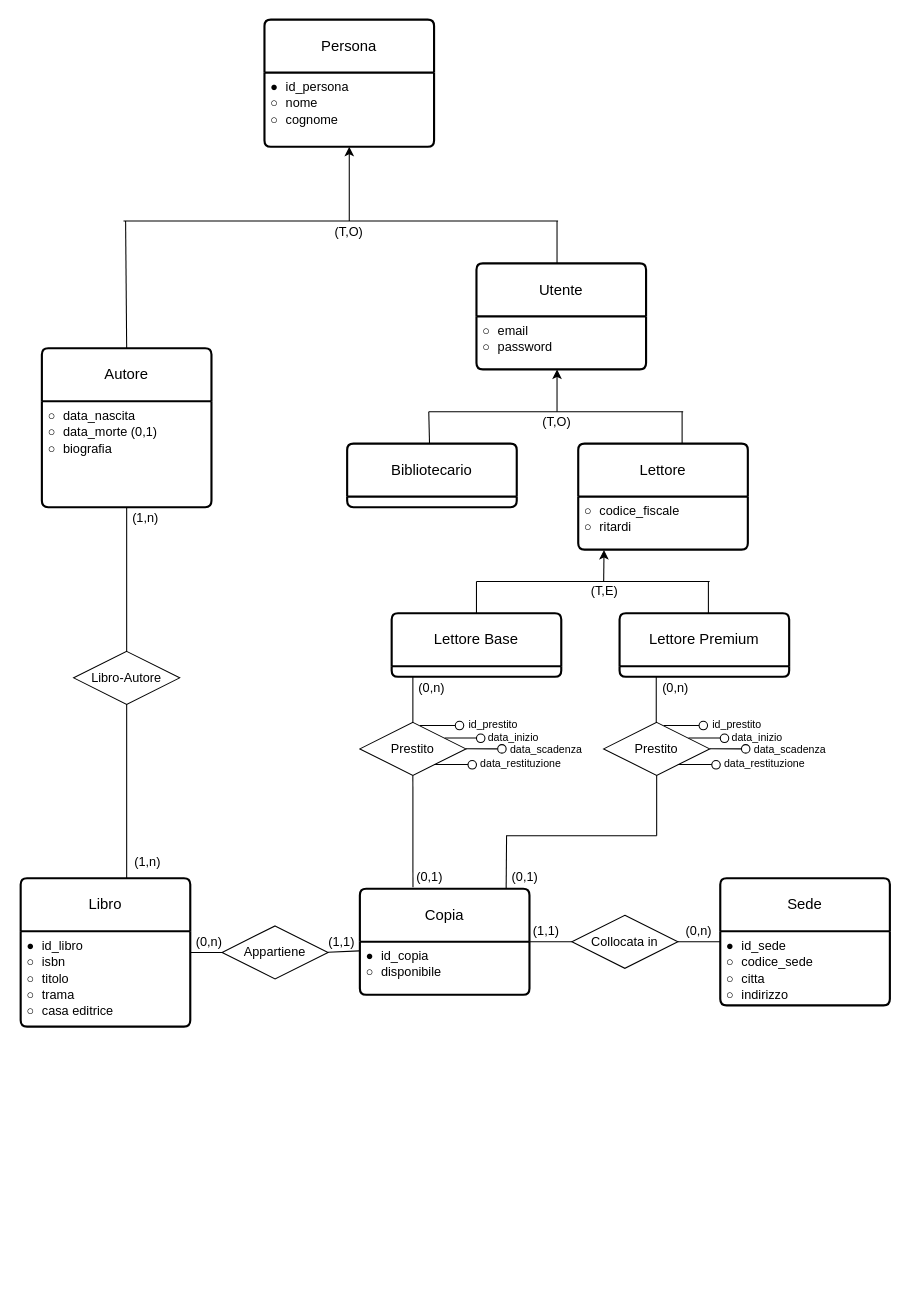
Above: Untitled Diagram.drawio in jaczao/library-management-system (draw.io), before the change. Source tidied: cells renumbered, new cells numbered last; positions are measured from the earlier drawing's top-left corner, leaving out a move shared by most shapes. Both pictures are drawn from the tidied source at 106%, with x=0, y=0 at pixel (20, 19).
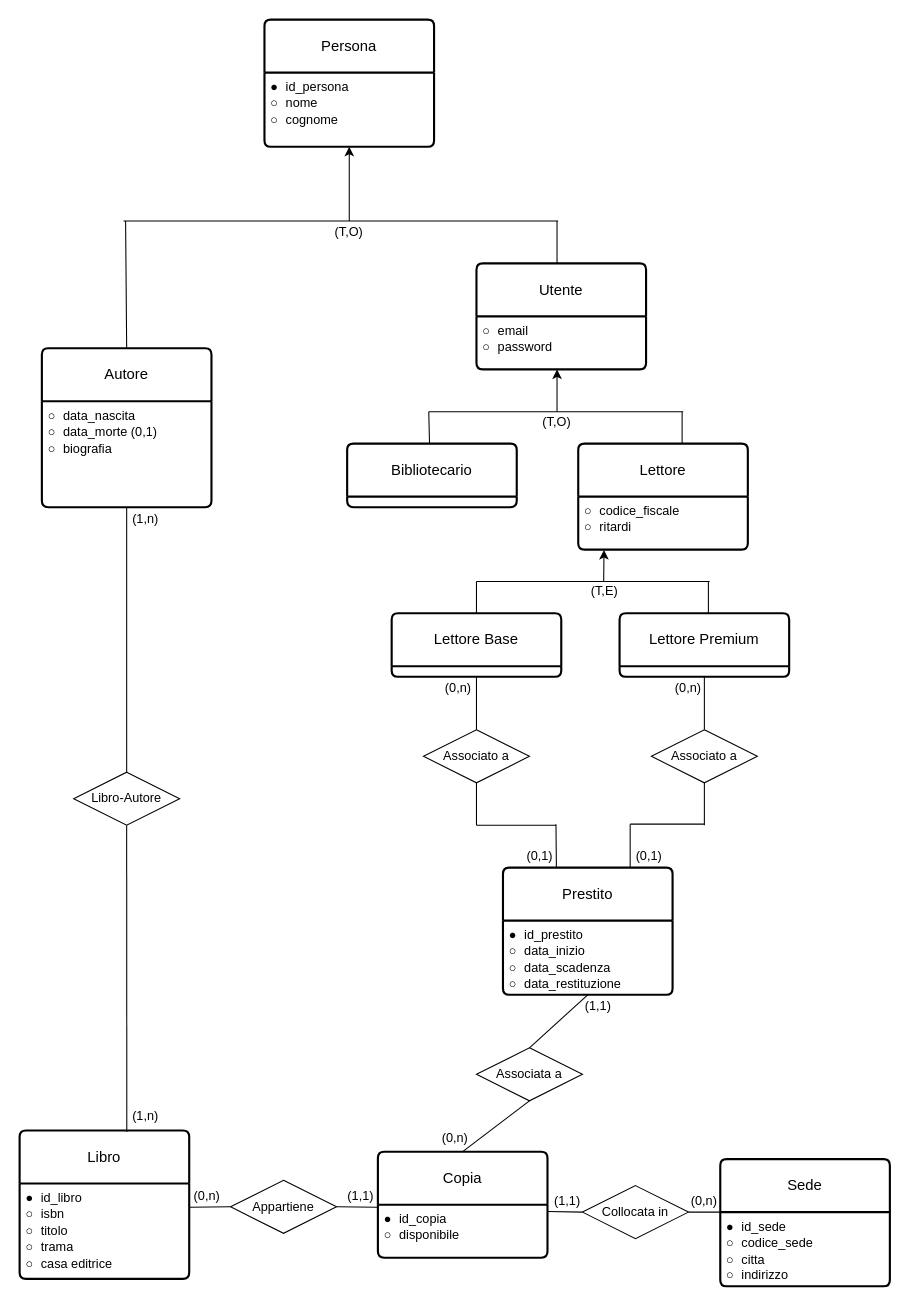
Above is the later version.

The change refers to these unchanged cells:
```xml
<mxCell id="3" value="&lt;code style=&quot;white-space: normal;&quot;&gt;●&amp;nbsp;&lt;/code&gt;id_libro&lt;br&gt;&lt;code style=&quot;white-space: normal;&quot;&gt;○&amp;nbsp;&lt;/code&gt;isbn&lt;br&gt;&lt;code style=&quot;white-space: normal;&quot;&gt;○&amp;nbsp;&lt;/code&gt;titolo&lt;br&gt;&lt;div&gt;&lt;code style=&quot;white-space: normal;&quot;&gt;○&amp;nbsp;&lt;/code&gt;trama&lt;br&gt;&lt;/div&gt;&lt;div&gt;&lt;code style=&quot;white-space: normal;&quot;&gt;○&amp;nbsp;&lt;/code&gt;casa editrice&lt;br&gt;&lt;/div&gt;" style="align=left;strokeColor=none;fillColor=none;spacingLeft=4;fontSize=12;verticalAlign=top;html=1;" parent="2" vertex="1">
  <mxGeometry y="50" width="160" height="90" as="geometry" />
</mxCell>
<mxCell id="17" value="&lt;code style=&quot;white-space: normal;&quot;&gt;●&amp;nbsp;&lt;/code&gt;id_copia&lt;br&gt;&lt;code style=&quot;white-space: normal;&quot;&gt;○&amp;nbsp;&lt;/code&gt;disponibile" style="align=left;strokeColor=none;fillColor=none;spacingLeft=4;fontSize=12;verticalAlign=top;html=1;" parent="16" vertex="1">
  <mxGeometry y="50" width="160" height="50" as="geometry" />
</mxCell>
<mxCell id="33" value="Lettore Base" style="swimlane;horizontal=1;startSize=50;rounded=1;fontSize=14;fontStyle=0;strokeWidth=2;shadow=0;dashed=0;align=center;arcSize=4;whiteSpace=wrap;html=1;" parent="1" vertex="1">
  <mxGeometry x="350" y="560" width="160" height="60" as="geometry" />
</mxCell>
<mxCell id="34" value="Lettore Premium" style="swimlane;horizontal=1;startSize=50;rounded=1;fontSize=14;fontStyle=0;strokeWidth=2;shadow=0;dashed=0;align=center;arcSize=4;whiteSpace=wrap;html=1;" parent="1" vertex="1">
  <mxGeometry x="565" y="560" width="160" height="60" as="geometry" />
</mxCell>
```

Change to the diagram source:
```diff
@@
     <mxCell id="2" value="Libro" style="swimlane;horizontal=1;startSize=50;rounded=1;fontSize=14;fontStyle=0;strokeWidth=2;shadow=0;dashed=0;align=center;arcSize=4;whiteSpace=wrap;html=1;" parent="1" vertex="1">
-      <mxGeometry y="810" width="160" height="140" as="geometry" />
+      <mxGeometry x="-1" y="1048" width="160" height="140" as="geometry" />
     </mxCell>
@@
     <mxCell id="8" value="Sede" style="swimlane;horizontal=1;startSize=50;rounded=1;fontSize=14;fontStyle=0;strokeWidth=2;shadow=0;dashed=0;align=center;arcSize=4;whiteSpace=wrap;html=1;" parent="1" vertex="1">
-      <mxGeometry x="660" y="810" width="160" height="120" as="geometry" />
+      <mxGeometry x="660" y="1075" width="160" height="120" as="geometry" />
     </mxCell>
@@
     <mxCell id="14" value="Libro-Autore" style="shape=rhombus;perimeter=rhombusPerimeter;whiteSpace=wrap;html=1;align=center;" parent="1" vertex="1">
-      <mxGeometry x="50" y="596" width="100" height="50" as="geometry" />
+      <mxGeometry x="50" y="710" width="100" height="50" as="geometry" />
     </mxCell>
-    <mxCell id="15" style="endArrow=none;html=1;rounded=0;entryX=0.5;entryY=1;entryDx=0;entryDy=0;" parent="1" edge="1" target="14">
-      <mxGeometry relative="1" as="geometry">
-        <mxPoint x="100" y="810" as="sourcePoint" />
-      </mxGeometry>
+    <mxCell id="15" style="endArrow=none;html=1;rounded=0;entryX=0.5;entryY=1;entryDx=0;entryDy=0;exitX=0.632;exitY=0.011;exitDx=0;exitDy=0;exitPerimeter=0;" parent="1" edge="1" source="2" target="14">
+      <mxGeometry relative="1" as="geometry" />
     </mxCell>
     <mxCell id="16" value="Copia" style="swimlane;horizontal=1;startSize=50;rounded=1;fontSize=14;fontStyle=0;strokeWidth=2;shadow=0;dashed=0;align=center;arcSize=4;whiteSpace=wrap;html=1;" parent="1" vertex="1">
-      <mxGeometry x="320" y="820" width="160" height="100" as="geometry" />
+      <mxGeometry x="337" y="1068" width="160" height="100" as="geometry" />
     </mxCell>
@@
     <mxCell id="18" value="Appartiene" style="shape=rhombus;perimeter=rhombusPerimeter;whiteSpace=wrap;html=1;align=center;" parent="1" vertex="1">
-      <mxGeometry x="190" y="855" width="100" height="50" as="geometry" />
+      <mxGeometry x="198" y="1095" width="100" height="50" as="geometry" />
     </mxCell>
     <mxCell id="19" value="Collocata in" style="shape=rhombus;perimeter=rhombusPerimeter;whiteSpace=wrap;html=1;align=center;" parent="1" vertex="1">
-      <mxGeometry x="520" y="845" width="100" height="50" as="geometry" />
+      <mxGeometry x="530" y="1100" width="100" height="50" as="geometry" />
     </mxCell>
-    <mxCell id="20" style="endArrow=none;html=1;rounded=0;entryX=0;entryY=0.5;entryDx=0;entryDy=0;" parent="1" edge="1" target="18">
-      <mxGeometry relative="1" as="geometry">
-        <mxPoint x="160" y="880" as="sourcePoint" />
-      </mxGeometry>
+    <mxCell id="20" style="endArrow=none;html=1;rounded=0;entryX=0;entryY=0.5;entryDx=0;entryDy=0;exitX=1;exitY=0.25;exitDx=0;exitDy=0;" parent="1" edge="1" source="3" target="18">
+      <mxGeometry relative="1" as="geometry" />
     </mxCell>
-    <mxCell id="21" style="endArrow=none;html=1;rounded=0;entryX=-0.003;entryY=0.171;entryDx=0;entryDy=0;entryPerimeter=0;" parent="1" edge="1" target="17">
-      <mxGeometry relative="1" as="geometry">
-        <mxPoint x="290" y="879.8" as="sourcePoint" />
-      </mxGeometry>
+    <mxCell id="21" style="endArrow=none;html=1;rounded=0;entryX=-0.004;entryY=0.047;entryDx=0;entryDy=0;entryPerimeter=0;exitX=1;exitY=0.5;exitDx=0;exitDy=0;" parent="1" edge="1" source="18" target="17">
+      <mxGeometry relative="1" as="geometry" />
     </mxCell>
-    <mxCell id="22" style="endArrow=none;html=1;rounded=0;entryX=0;entryY=0.5;entryDx=0;entryDy=0;exitX=1;exitY=0;exitDx=0;exitDy=0;" parent="1" edge="1" source="17" target="19">
+    <mxCell id="22" style="endArrow=none;html=1;rounded=0;entryX=0;entryY=0.5;entryDx=0;entryDy=0;exitX=1.002;exitY=0.127;exitDx=0;exitDy=0;exitPerimeter=0;" parent="1" edge="1" source="17" target="19">
       <mxGeometry relative="1" as="geometry" />
     </mxCell>
-    <mxCell id="23" style="endArrow=none;html=1;rounded=0;entryX=0;entryY=0.5;entryDx=0;entryDy=0;exitX=1;exitY=0.5;exitDx=0;exitDy=0;" parent="1" edge="1" source="19" target="8">
+    <mxCell id="23" style="endArrow=none;html=1;rounded=0;entryX=0;entryY=0.417;entryDx=0;entryDy=0;exitX=1;exitY=0.5;exitDx=0;exitDy=0;entryPerimeter=0;" parent="1" edge="1" source="19" target="8">
       <mxGeometry relative="1" as="geometry" />
     </mxCell>
-    <mxCell id="24" style="endArrow=none;html=1;rounded=0;exitX=0.313;exitY=-0.015;exitDx=0;exitDy=0;entryX=0.5;entryY=1;entryDx=0;entryDy=0;exitPerimeter=0;" parent="1" edge="1" source="16" target="52">
-      <mxGeometry relative="1" as="geometry" />
-    </mxCell>
     <mxCell id="25" value="(1,n)" style="text;html=1;align=center;verticalAlign=middle;whiteSpace=wrap;rounded=0;" parent="1" vertex="1">
-      <mxGeometry x="88" y="455" width="60" height="30" as="geometry" />
+      <mxGeometry x="88" y="456" width="60" height="30" as="geometry" />
     </mxCell>
     <mxCell id="26" value="(1,n)" style="text;html=1;align=center;verticalAlign=middle;whiteSpace=wrap;rounded=0;" parent="1" vertex="1">
-      <mxGeometry x="90" y="780" width="60" height="30" as="geometry" />
+      <mxGeometry x="88" y="1020" width="60" height="30" as="geometry" />
     </mxCell>
     <mxCell id="27" value="(0,n)" style="text;html=1;align=center;verticalAlign=middle;whiteSpace=wrap;rounded=0;" parent="1" vertex="1">
-      <mxGeometry x="148" y="855" width="60" height="30" as="geometry" />
+      <mxGeometry x="146" y="1095" width="60" height="30" as="geometry" />
     </mxCell>
     <mxCell id="28" value="(1,1)" style="text;html=1;align=center;verticalAlign=middle;whiteSpace=wrap;rounded=0;" parent="1" vertex="1">
-      <mxGeometry x="273" y="855" width="60" height="30" as="geometry" />
+      <mxGeometry x="291" y="1095" width="60" height="30" as="geometry" />
     </mxCell>
     <mxCell id="29" value="(1,1)" style="text;html=1;align=center;verticalAlign=middle;whiteSpace=wrap;rounded=0;" parent="1" vertex="1">
-      <mxGeometry x="466" y="845" width="60" height="30" as="geometry" />
+      <mxGeometry x="486" y="1100" width="60" height="30" as="geometry" />
     </mxCell>
     <mxCell id="30" value="(0,n)" style="text;html=1;align=center;verticalAlign=middle;whiteSpace=wrap;rounded=0;" parent="1" vertex="1">
-      <mxGeometry x="610" y="845" width="60" height="30" as="geometry" />
+      <mxGeometry x="615" y="1100" width="60" height="30" as="geometry" />
     </mxCell>
-    <mxCell id="31" value="(0,1)" style="text;html=1;align=center;verticalAlign=middle;whiteSpace=wrap;rounded=0;" parent="1" vertex="1">
-      <mxGeometry x="356" y="794" width="60" height="30" as="geometry" />
-    </mxCell>
     <mxCell id="32" value="(0,n)" style="text;html=1;align=center;verticalAlign=middle;whiteSpace=wrap;rounded=0;" parent="1" vertex="1">
-      <mxGeometry x="358" y="616" width="60" height="30" as="geometry" />
+      <mxGeometry x="383" y="616" width="60" height="30" as="geometry" />
     </mxCell>
@@
-    <mxCell id="39" value="Prestito" style="shape=rhombus;perimeter=rhombusPerimeter;whiteSpace=wrap;html=1;align=center;" parent="1" vertex="1">
-      <mxGeometry x="550" y="663" width="100" height="50" as="geometry" />
-    </mxCell>
-    <mxCell id="40" style="endArrow=none;html=1;rounded=0;exitX=0.567;exitY=0.06;exitDx=0;exitDy=0;exitPerimeter=0;" parent="1" edge="1" source="39">
-      <mxGeometry relative="1" as="geometry">
-        <mxPoint x="640" y="666" as="targetPoint" />
-      </mxGeometry>
-    </mxCell>
-    <mxCell id="41" style="endArrow=none;html=1;rounded=0;exitX=0.567;exitY=0.06;exitDx=0;exitDy=0;exitPerimeter=0;" parent="1" edge="1">
-      <mxGeometry relative="1" as="geometry">
-        <mxPoint x="630" y="677.8" as="sourcePoint" />
-        <mxPoint x="663" y="677.8" as="targetPoint" />
-      </mxGeometry>
-    </mxCell>
-    <mxCell id="42" style="endArrow=none;html=1;rounded=0;exitX=0.567;exitY=0.06;exitDx=0;exitDy=0;exitPerimeter=0;" parent="1" edge="1" source="46">
-      <mxGeometry relative="1" as="geometry">
-        <mxPoint x="683" y="687.8" as="targetPoint" />
-      </mxGeometry>
-    </mxCell>
-    <mxCell id="43" style="endArrow=none;html=1;rounded=0;exitX=0.567;exitY=0.06;exitDx=0;exitDy=0;exitPerimeter=0;" parent="1" edge="1">
-      <mxGeometry relative="1" as="geometry">
-        <mxPoint x="620" y="702.7" as="sourcePoint" />
-        <mxPoint x="653" y="702.7" as="targetPoint" />
-      </mxGeometry>
-    </mxCell>
-    <mxCell id="44" style="ellipse;whiteSpace=wrap;html=1;" parent="1" vertex="1">
-      <mxGeometry x="660" y="674" width="8" height="8" as="geometry" />
-    </mxCell>
-    <mxCell id="45" style="endArrow=none;html=1;rounded=0;exitX=0.567;exitY=0.06;exitDx=0;exitDy=0;exitPerimeter=0;" parent="1" edge="1" target="46">
-      <mxGeometry relative="1" as="geometry">
-        <mxPoint x="650" y="687.8" as="sourcePoint" />
-      </mxGeometry>
-    </mxCell>
-    <mxCell id="46" style="ellipse;whiteSpace=wrap;html=1;" parent="1" vertex="1">
-      <mxGeometry x="680" y="684" width="8" height="8" as="geometry" />
-    </mxCell>
-    <mxCell id="47" style="ellipse;whiteSpace=wrap;html=1;" parent="1" vertex="1">
-      <mxGeometry x="652" y="699" width="8" height="8" as="geometry" />
-    </mxCell>
-    <mxCell id="48" value="id_prestito" style="text;html=1;align=center;verticalAlign=middle;whiteSpace=wrap;rounded=0;fontSize=10;" parent="1" vertex="1">
-      <mxGeometry x="646" y="650" width="60" height="30" as="geometry" />
-    </mxCell>
-    <mxCell id="49" value="data_inizio" style="text;html=1;align=center;verticalAlign=middle;whiteSpace=wrap;rounded=0;fontSize=10;" parent="1" vertex="1">
-      <mxGeometry x="665" y="662" width="60" height="30" as="geometry" />
-    </mxCell>
-    <mxCell id="50" value="data_scadenza" style="text;html=1;align=center;verticalAlign=middle;whiteSpace=wrap;rounded=0;fontSize=10;" parent="1" vertex="1">
-      <mxGeometry x="696" y="673" width="60" height="30" as="geometry" />
-    </mxCell>
-    <mxCell id="51" value="data_restituzione" style="text;html=1;align=center;verticalAlign=middle;whiteSpace=wrap;rounded=0;fontSize=10;" parent="1" vertex="1">
-      <mxGeometry x="672" y="687" width="60" height="30" as="geometry" />
-    </mxCell>
-    <mxCell id="52" value="Prestito" style="shape=rhombus;perimeter=rhombusPerimeter;whiteSpace=wrap;html=1;align=center;" parent="1" vertex="1">
-      <mxGeometry x="320" y="663" width="100" height="50" as="geometry" />
-    </mxCell>
-    <mxCell id="53" style="endArrow=none;html=1;rounded=0;exitX=0.567;exitY=0.06;exitDx=0;exitDy=0;exitPerimeter=0;" parent="1" edge="1" source="52">
-      <mxGeometry relative="1" as="geometry">
-        <mxPoint x="410" y="666" as="targetPoint" />
-      </mxGeometry>
-    </mxCell>
-    <mxCell id="54" style="endArrow=none;html=1;rounded=0;exitX=0.567;exitY=0.06;exitDx=0;exitDy=0;exitPerimeter=0;" parent="1" edge="1">
-      <mxGeometry relative="1" as="geometry">
-        <mxPoint x="400" y="677.8" as="sourcePoint" />
-        <mxPoint x="433" y="677.8" as="targetPoint" />
-      </mxGeometry>
-    </mxCell>
-    <mxCell id="55" style="endArrow=none;html=1;rounded=0;exitX=0.567;exitY=0.06;exitDx=0;exitDy=0;exitPerimeter=0;" parent="1" edge="1" source="59">
-      <mxGeometry relative="1" as="geometry">
-        <mxPoint x="453" y="687.8" as="targetPoint" />
-      </mxGeometry>
-    </mxCell>
-    <mxCell id="56" style="endArrow=none;html=1;rounded=0;exitX=0.567;exitY=0.06;exitDx=0;exitDy=0;exitPerimeter=0;" parent="1" edge="1">
-      <mxGeometry relative="1" as="geometry">
-        <mxPoint x="390" y="702.7" as="sourcePoint" />
-        <mxPoint x="423" y="702.7" as="targetPoint" />
-      </mxGeometry>
-    </mxCell>
-    <mxCell id="57" style="ellipse;whiteSpace=wrap;html=1;" parent="1" vertex="1">
-      <mxGeometry x="430" y="674" width="8" height="8" as="geometry" />
-    </mxCell>
-    <mxCell id="58" style="endArrow=none;html=1;rounded=0;exitX=0.567;exitY=0.06;exitDx=0;exitDy=0;exitPerimeter=0;" parent="1" edge="1" target="59">
-      <mxGeometry relative="1" as="geometry">
-        <mxPoint x="420" y="687.8" as="sourcePoint" />
-      </mxGeometry>
-    </mxCell>
-    <mxCell id="59" style="ellipse;whiteSpace=wrap;html=1;" parent="1" vertex="1">
-      <mxGeometry x="450" y="684" width="8" height="8" as="geometry" />
-    </mxCell>
-    <mxCell id="60" style="ellipse;whiteSpace=wrap;html=1;" parent="1" vertex="1">
-      <mxGeometry x="422" y="699" width="8" height="8" as="geometry" />
-    </mxCell>
-    <mxCell id="61" value="id_prestito" style="text;html=1;align=center;verticalAlign=middle;whiteSpace=wrap;rounded=0;fontSize=10;" parent="1" vertex="1">
-      <mxGeometry x="416" y="650" width="60" height="30" as="geometry" />
-    </mxCell>
-    <mxCell id="62" value="data_inizio" style="text;html=1;align=center;verticalAlign=middle;whiteSpace=wrap;rounded=0;fontSize=10;" parent="1" vertex="1">
-      <mxGeometry x="435" y="662" width="60" height="30" as="geometry" />
-    </mxCell>
-    <mxCell id="63" value="data_scadenza" style="text;html=1;align=center;verticalAlign=middle;whiteSpace=wrap;rounded=0;fontSize=10;" parent="1" vertex="1">
-      <mxGeometry x="466" y="673" width="60" height="30" as="geometry" />
-    </mxCell>
-    <mxCell id="64" value="data_restituzione" style="text;html=1;align=center;verticalAlign=middle;whiteSpace=wrap;rounded=0;fontSize=10;" parent="1" vertex="1">
-      <mxGeometry x="442" y="687" width="60" height="30" as="geometry" />
-    </mxCell>
-    <mxCell id="65" style="endArrow=none;html=1;rounded=0;exitX=0.5;exitY=1;exitDx=0;exitDy=0;" parent="1" edge="1" source="39">
-      <mxGeometry relative="1" as="geometry">
-        <mxPoint x="600" y="770" as="targetPoint" />
-      </mxGeometry>
-    </mxCell>
-    <mxCell id="66" style="endArrow=none;html=1;rounded=0;" parent="1" edge="1">
-      <mxGeometry relative="1" as="geometry">
-        <mxPoint x="458.4" y="770" as="sourcePoint" />
-        <mxPoint x="458" y="820" as="targetPoint" />
-      </mxGeometry>
+    <mxCell id="66" style="endArrow=none;html=1;rounded=0;entryX=0.5;entryY=0;entryDx=0;entryDy=0;exitX=0.5;exitY=1;exitDx=0;exitDy=0;" parent="1" edge="1" source="91" target="16">
+      <mxGeometry relative="1" as="geometry" />
     </mxCell>
-    <mxCell id="67" style="endArrow=none;html=1;rounded=0;" parent="1" edge="1">
-      <mxGeometry relative="1" as="geometry">
-        <mxPoint x="458" y="770" as="sourcePoint" />
-        <mxPoint x="600" y="770" as="targetPoint" />
-      </mxGeometry>
-    </mxCell>
     <mxCell id="68" value="(0,n)" style="text;html=1;align=center;verticalAlign=middle;whiteSpace=wrap;rounded=0;" parent="1" vertex="1">
-      <mxGeometry x="588" y="616" width="60" height="30" as="geometry" />
+      <mxGeometry x="600" y="616" width="60" height="30" as="geometry" />
     </mxCell>
-    <mxCell id="69" value="(0,1)" style="text;html=1;align=center;verticalAlign=middle;whiteSpace=wrap;rounded=0;" parent="1" vertex="1">
-      <mxGeometry x="446" y="794" width="60" height="30" as="geometry" />
-    </mxCell>
-    <mxCell id="70" style="endArrow=none;html=1;rounded=0;entryX=0.5;entryY=0;entryDx=0;entryDy=0;" parent="1" edge="1" target="52">
-      <mxGeometry relative="1" as="geometry">
-        <mxPoint x="370" y="620" as="sourcePoint" />
-      </mxGeometry>
+    <mxCell id="70" style="endArrow=none;html=1;rounded=0;entryX=0.5;entryY=0;entryDx=0;entryDy=0;exitX=0.5;exitY=1;exitDx=0;exitDy=0;" parent="1" edge="1" source="33" target="93">
+      <mxGeometry relative="1" as="geometry" />
     </mxCell>
-    <mxCell id="71" style="endArrow=none;html=1;rounded=0;entryX=0.5;entryY=0;entryDx=0;entryDy=0;" parent="1" edge="1">
-      <mxGeometry relative="1" as="geometry">
-        <mxPoint x="599.6" y="620" as="sourcePoint" />
-        <mxPoint x="599.6" y="663" as="targetPoint" />
-      </mxGeometry>
+    <mxCell id="71" style="endArrow=none;html=1;rounded=0;entryX=0.5;entryY=0;entryDx=0;entryDy=0;exitX=0.5;exitY=1;exitDx=0;exitDy=0;" parent="1" edge="1" source="34" target="92">
+      <mxGeometry relative="1" as="geometry" />
     </mxCell>
@@
-    <mxCell id="86" style="ellipse;whiteSpace=wrap;html=1;" parent="1" vertex="1">
-      <mxGeometry x="410" y="662" width="8" height="8" as="geometry" />
-    </mxCell>
-    <mxCell id="87" style="ellipse;whiteSpace=wrap;html=1;" parent="1" vertex="1">
-      <mxGeometry x="640" y="662" width="8" height="8" as="geometry" />
-    </mxCell>
+    <mxCell id="88" value="Prestito" style="swimlane;horizontal=1;startSize=50;rounded=1;fontSize=14;fontStyle=0;strokeWidth=2;shadow=0;dashed=0;align=center;arcSize=4;whiteSpace=wrap;html=1;" parent="1" vertex="1">
+      <mxGeometry x="455" y="800" width="160" height="120" as="geometry" />
+    </mxCell>
+    <mxCell id="89" value="&lt;code style=&quot;white-space: normal;&quot;&gt;●&amp;nbsp;&lt;/code&gt;id_prestito&lt;br&gt;&lt;code style=&quot;white-space: normal;&quot;&gt;○&amp;nbsp;&lt;/code&gt;data_inizio&lt;br&gt;&lt;code style=&quot;white-space: normal;&quot;&gt;○&amp;nbsp;&lt;/code&gt;data_scadenza&lt;br&gt;&lt;div&gt;&lt;code style=&quot;white-space: normal;&quot;&gt;○&amp;nbsp;&lt;/code&gt;data_restituzione&lt;br&gt;&lt;/div&gt;" style="align=left;strokeColor=none;fillColor=none;spacingLeft=4;fontSize=12;verticalAlign=top;html=1;" parent="88" vertex="1">
+      <mxGeometry y="50" width="160" height="70" as="geometry" />
+    </mxCell>
+    <mxCell id="90" value="(0,n)" style="text;html=1;align=center;verticalAlign=middle;whiteSpace=wrap;rounded=0;" parent="1" vertex="1">
+      <mxGeometry x="380" y="1040" width="60" height="30" as="geometry" />
+    </mxCell>
+    <mxCell id="91" value="Associata a" style="shape=rhombus;perimeter=rhombusPerimeter;whiteSpace=wrap;html=1;align=center;" parent="1" vertex="1">
+      <mxGeometry x="430" y="970" width="100" height="50" as="geometry" />
+    </mxCell>
+    <mxCell id="92" value="Associato a" style="shape=rhombus;perimeter=rhombusPerimeter;whiteSpace=wrap;html=1;align=center;" parent="1" vertex="1">
+      <mxGeometry x="595" y="670" width="100" height="50" as="geometry" />
+    </mxCell>
+    <mxCell id="93" value="Associato a" style="shape=rhombus;perimeter=rhombusPerimeter;whiteSpace=wrap;html=1;align=center;" parent="1" vertex="1">
+      <mxGeometry x="380" y="670" width="100" height="50" as="geometry" />
+    </mxCell>
+    <mxCell id="94" style="endArrow=none;html=1;rounded=0;exitX=0.5;exitY=1;exitDx=0;exitDy=0;" parent="1" edge="1" source="93">
+      <mxGeometry relative="1" as="geometry">
+        <mxPoint x="430" y="760" as="targetPoint" />
+      </mxGeometry>
+    </mxCell>
+    <mxCell id="95" style="endArrow=none;html=1;rounded=0;exitX=0.5;exitY=1;exitDx=0;exitDy=0;" parent="1" edge="1" source="92">
+      <mxGeometry relative="1" as="geometry">
+        <mxPoint x="645" y="760" as="targetPoint" />
+      </mxGeometry>
+    </mxCell>
+    <mxCell id="96" style="endArrow=none;html=1;rounded=0;" parent="1" edge="1">
+      <mxGeometry relative="1" as="geometry">
+        <mxPoint x="430" y="760" as="sourcePoint" />
+        <mxPoint x="505" y="760" as="targetPoint" />
+      </mxGeometry>
+    </mxCell>
+    <mxCell id="97" style="endArrow=none;html=1;rounded=0;" parent="1" edge="1">
+      <mxGeometry relative="1" as="geometry">
+        <mxPoint x="575" y="759" as="sourcePoint" />
+        <mxPoint x="645" y="759" as="targetPoint" />
+      </mxGeometry>
+    </mxCell>
+    <mxCell id="98" style="endArrow=none;html=1;rounded=0;entryX=0.315;entryY=0.004;entryDx=0;entryDy=0;entryPerimeter=0;" parent="1" edge="1" target="88">
+      <mxGeometry relative="1" as="geometry">
+        <mxPoint x="505" y="759" as="sourcePoint" />
+      </mxGeometry>
+    </mxCell>
+    <mxCell id="99" style="endArrow=none;html=1;rounded=0;entryX=0.75;entryY=0;entryDx=0;entryDy=0;" parent="1" edge="1" target="88">
+      <mxGeometry relative="1" as="geometry">
+        <mxPoint x="575" y="759" as="sourcePoint" />
+      </mxGeometry>
+    </mxCell>
+    <mxCell id="100" style="endArrow=none;html=1;rounded=0;entryX=0.5;entryY=0;entryDx=0;entryDy=0;exitX=0.5;exitY=1;exitDx=0;exitDy=0;" parent="1" edge="1" source="89" target="91">
+      <mxGeometry relative="1" as="geometry" />
+    </mxCell>
+    <mxCell id="101" value="(0,1)" style="text;html=1;align=center;verticalAlign=middle;whiteSpace=wrap;rounded=0;" parent="1" vertex="1">
+      <mxGeometry x="460" y="774" width="60" height="30" as="geometry" />
+    </mxCell>
+    <mxCell id="102" value="(0,1)" style="text;html=1;align=center;verticalAlign=middle;whiteSpace=wrap;rounded=0;" parent="1" vertex="1">
+      <mxGeometry x="563" y="774" width="60" height="30" as="geometry" />
+    </mxCell>
+    <mxCell id="103" value="(1,1)" style="text;html=1;align=center;verticalAlign=middle;whiteSpace=wrap;rounded=0;" parent="1" vertex="1">
+      <mxGeometry x="515" y="916" width="60" height="30" as="geometry" />
+    </mxCell>
```
